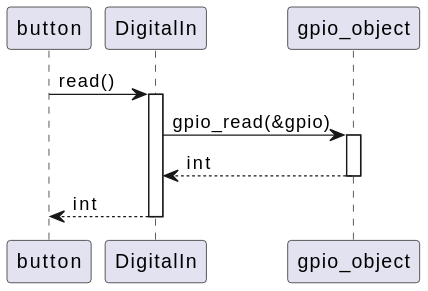
Bhagyani08/test_project keeps this PlantUML diagram as ai-design/sequence/button.read__.svg. Above is the earlier version.
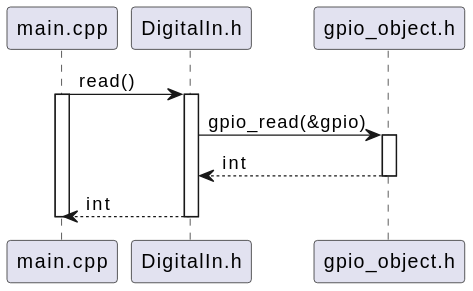
The same diagram one commit later.

Commit message:
Auto-update AI design diagrams

Diff of the diagram source:
```diff
@@ -1,17 +1,19 @@
 @startuml
-participant "button" as Button
-participant "DigitalIn" as DigitalIn
-participant "gpio_object" as GpioObject
+participant "main.cpp" as Main
+participant "DigitalIn.h" as DigitalIn
+participant "gpio_object.h" as gpio_object
 
-Button -> DigitalIn : read()
+Main -> DigitalIn : read()
+activate Main
 activate DigitalIn
 
-DigitalIn -> GpioObject : gpio_read(&gpio)
-activate GpioObject
+DigitalIn -> gpio_object : gpio_read(&gpio)
+activate gpio_object
 
-GpioObject --> DigitalIn : int
-deactivate GpioObject
+gpio_object --> DigitalIn : int
+deactivate gpio_object
 
-DigitalIn --> Button : int
+DigitalIn --> Main : int
 deactivate DigitalIn
+deactivate Main
 @enduml
```
